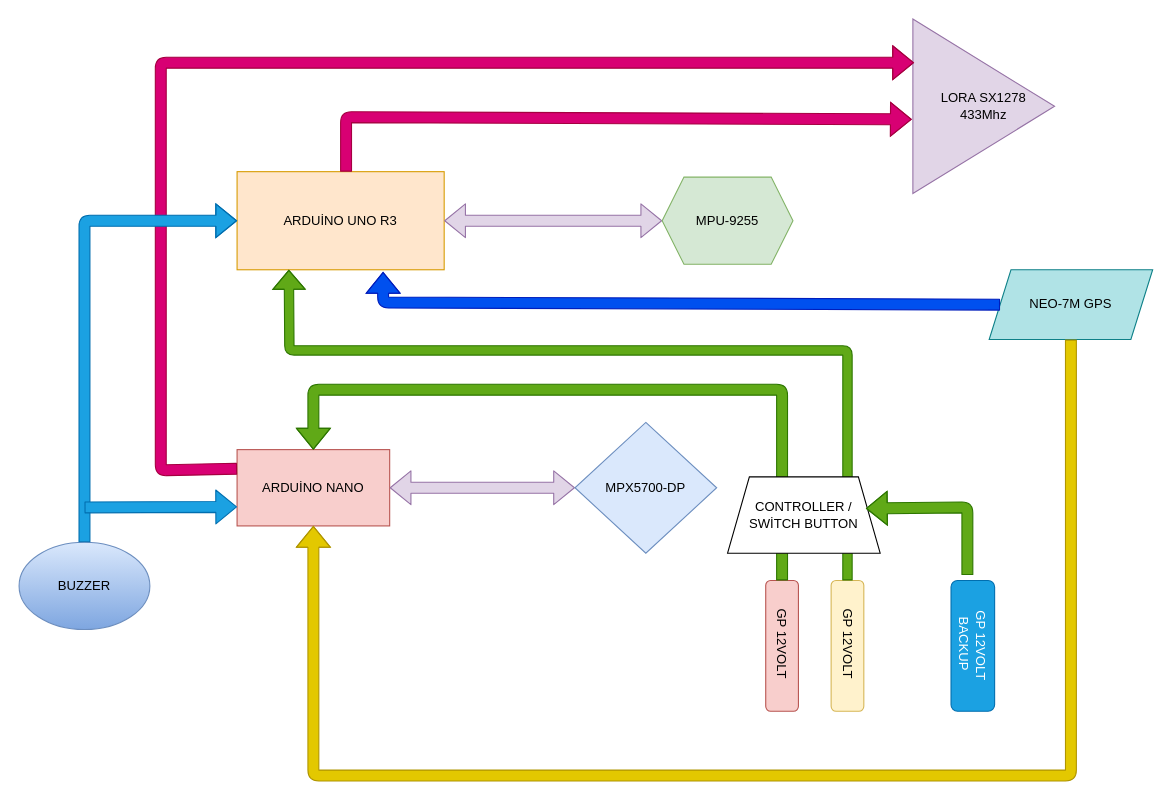
Before: Untitled Diagram.drawio in bugraduz/D-AGRAM, a draw.io diagram. Source tidied: cells renumbered, new cells numbered last; positions are measured from the earlier drawing's top-left corner, leaving out a move shared by most shapes. Both pictures are drawn from the tidied source at 109%, with x=0, y=0 at pixel (19, 19).
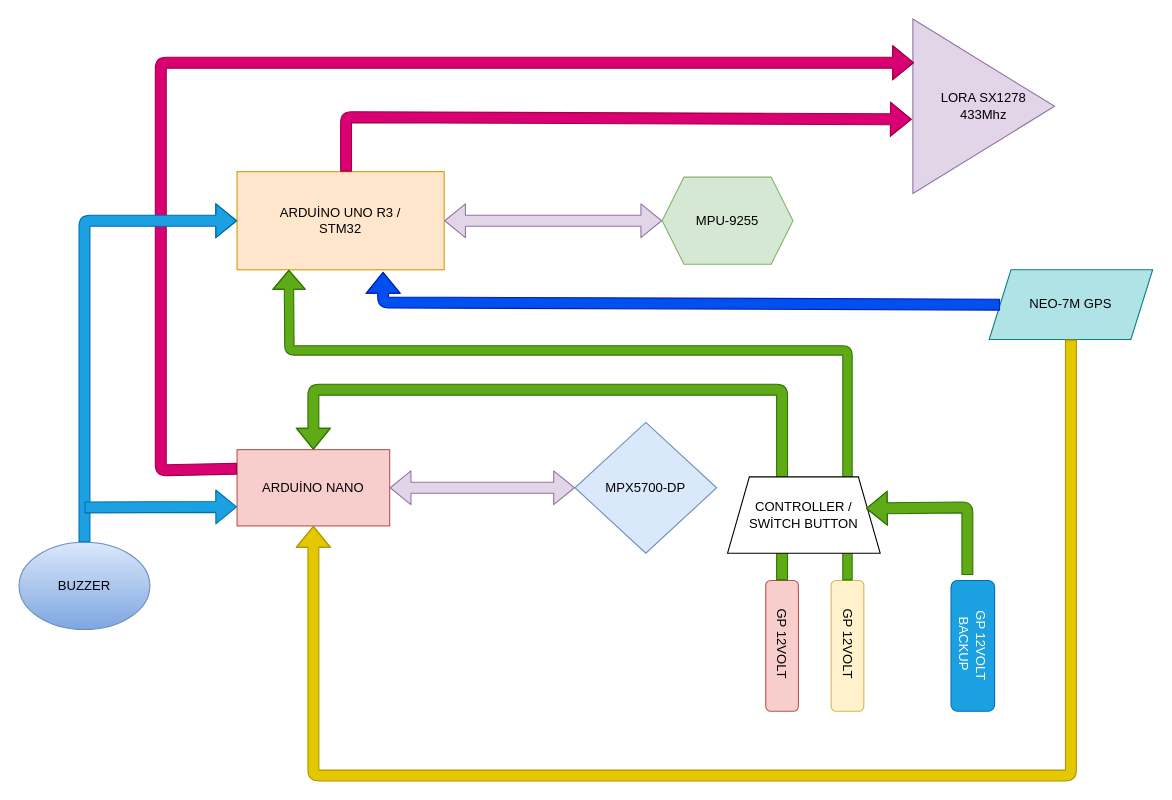
The same diagram, later.

The edit, as a diff of the source:
```diff
@@
-    <mxCell id="2" value="ARDUİNO UNO R3&lt;br&gt;" style="rounded=0;whiteSpace=wrap;html=1;align=center;fillColor=#ffe6cc;strokeColor=#d79b00;" parent="1" vertex="1">
+    <mxCell id="2" value="ARDUİNO UNO R3 / &lt;br&gt;STM32" style="rounded=0;whiteSpace=wrap;html=1;align=center;fillColor=#ffe6cc;strokeColor=#d79b00;" parent="1" vertex="1">
       <mxGeometry x="200" y="140" width="190" height="90" as="geometry" />
     </mxCell>
```
